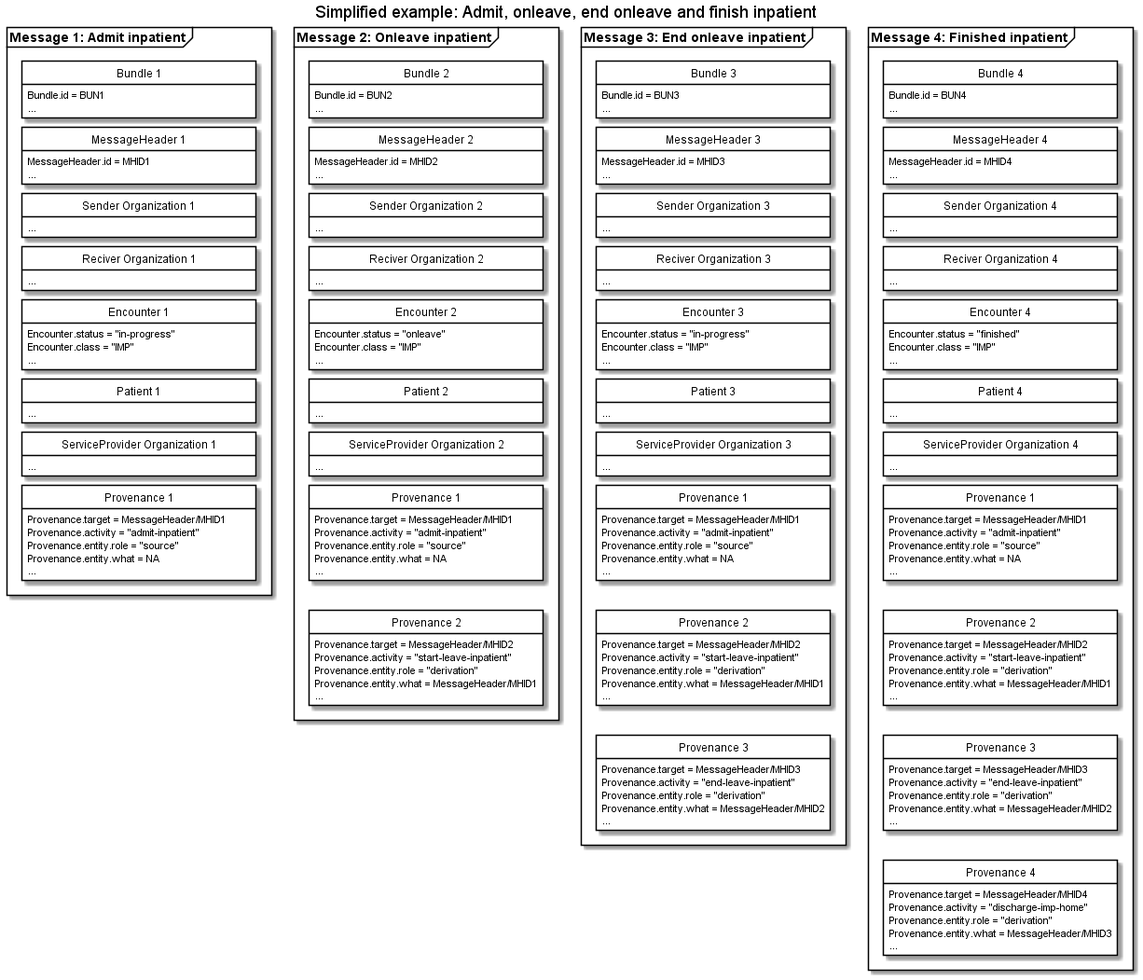
Before: input/images/hospitalnotification/HNAdmitOnleaveEndFinish.png, a diagram exported from PlantUML (medcomdk/dk-medcom). The source it was exported from:
```plantuml
@startuml HNAdmitOnleaveEndFinish

skinparam class {
    BackgroundColor White
    BorderColor Black
    ArrowColor Black
  }
hide circle
hide empty members
skinparam SameClassWidth true
skinparam Ranksep 10


title Simplified example: Admit, onleave, end onleave and finish inpatient


package "Message 1: Admit inpatient" as admit <<Frame>>{
    class "Bundle 1" as admitB {
        Bundle.id = BUN1
        ...
    }
    class "MessageHeader 1" as admitMH{
        MessageHeader.id = MHID1
        ...
    }
    class "Sender Organization 1" as admitSOrg{
        ...
    }
    class "Reciver Organization 1" as admitROrg{
        ...
    }
    class "Encounter 1" as admitENC{
        Encounter.status = "in-progress"
        Encounter.class = "IMP"
        ...
    }
    class "Patient 1" as admitPT{
        ...
    }
    class "ServiceProvider Organization 1" as admitSPOrg{
        ...
    }
    class "Provenance 1" as admitPRO{
        Provenance.target = MessageHeader/MHID1
        Provenance.activity = "admit-inpatient"
        Provenance.entity.role = "source"
        Provenance.entity.what = NA
        ...
    }

admitB -[hidden]- admitMH
admitMH -[hidden]- admitSOrg
admitSOrg-[hidden]-admitROrg
admitROrg-[hidden]-admitENC
admitENC-[hidden]-admitPT
admitPT-[hidden]-admitSPOrg
admitSPOrg-[hidden]-admitPRO



}

package "Message 2: Onleave inpatient" as Onleave <<Frame>> {
    class "Bundle 2" as onleaveB {
        Bundle.id = BUN2
        ...
    }
    class "MessageHeader 2" as onleaveMH{
        MessageHeader.id = MHID2
        ...
    }
    class "Sender Organization 2" as onleaveSOrg{
        ...
    }
    class "Reciver Organization 2" as onleaveROrg{
        ...
    }
    class "Encounter 2" as onleaveENC{
        Encounter.status = "onleave"
        Encounter.class = "IMP"
        ...
    }
    class "Patient 2" as onleavePT{
        ...
    }
    class "ServiceProvider Organization 2" as onleaveSPOrg{
        ...
    }
    class "Provenance 1" as admitonleavePRO{
        Provenance.target = MessageHeader/MHID1
        Provenance.activity = "admit-inpatient"
        Provenance.entity.role = "source"
        Provenance.entity.what = NA
        ...
    }
    class "Provenance 2" as onleavePRO{
        Provenance.target = MessageHeader/MHID2
        Provenance.activity = "start-leave-inpatient"
        Provenance.entity.role = "derivation"
        Provenance.entity.what = MessageHeader/MHID1
        ...
    }
onleaveB-[hidden]-onleaveMH
onleaveMH-[hidden]-onleaveSOrg
onleaveSOrg-[hidden]-onleaveROrg
onleaveROrg-[hidden]-onleaveENC
onleaveENC-[hidden]-onleavePT
onleavePT-[hidden]-onleaveSPOrg
onleaveSPOrg-[hidden]-admitonleavePRO
admitonleavePRO-[hidden]-onleavePRO

}

package "Message 3: End onleave inpatient" as endOnleave <<Frame>> {
    class "Bundle 3" as endOnleaveB {
        Bundle.id = BUN3
        ...
    }
    class "MessageHeader 3" as endOnleaveMH{
        MessageHeader.id = MHID3
        ...
    }
    class "Sender Organization 3" as endOnleaveSOrg{
        ...
    }
    class "Reciver Organization 3" as endOnleaveROrg{
        ...
    }
    class "Encounter 3" as endOnleaveENC{
        Encounter.status = "in-progress"
        Encounter.class = "IMP"
        ...
    }
    class "Patient 3" as endOnleavePT{
        ...
    }
    class "ServiceProvider Organization 3" as endOnleaveSPOrg{
        ...
    }
    class "Provenance 1" as admitendOnleavePRO{
        Provenance.target = MessageHeader/MHID1
        Provenance.activity = "admit-inpatient"
        Provenance.entity.role = "source"
        Provenance.entity.what = NA
        ...
    }
    class "Provenance 2" as onleaveendOnleavePRO{
        Provenance.target = MessageHeader/MHID2
        Provenance.activity = "start-leave-inpatient"
        Provenance.entity.role = "derivation"
        Provenance.entity.what = MessageHeader/MHID1
        ...
    }
    class "Provenance 3" as endOnleavePRO{
        Provenance.target = MessageHeader/MHID3
        Provenance.activity = "end-leave-inpatient"
        Provenance.entity.role = "derivation"
        Provenance.entity.what = MessageHeader/MHID2
        ...
    }
endOnleaveB-[hidden]-endOnleaveMH
endOnleaveMH-[hidden]-endOnleaveSOrg
endOnleaveSOrg-[hidden]-endOnleaveROrg
endOnleaveROrg-[hidden]-endOnleaveENC
endOnleaveENC-[hidden]-endOnleavePT
endOnleavePT-[hidden]-endOnleaveSPOrg
endOnleaveSPOrg-[hidden]-admitendOnleavePRO
admitendOnleavePRO-[hidden]-onleaveendOnleavePRO
onleaveendOnleavePRO-[hidden]-endOnleavePRO

}


package "Message 4: Finished inpatient" as finished <<Frame>> {
    class "Bundle 4" as finishedB {
        Bundle.id = BUN4
        ...
    }
    class "MessageHeader 4" as finishedMH{
        MessageHeader.id = MHID4
        ...
    }
    class "Sender Organization 4" as finishedSOrg{
        ...
    }
    class "Reciver Organization 4" as finishedROrg{
        ...
    }
    class "Encounter 4" as finishedENC{
        Encounter.status = "finished"
        Encounter.class = "IMP"
        ...
    }
    class "Patient 4" as finishedPT{
        ...
    }
    class "ServiceProvider Organization 4" as finishedSPOrg{
        ...
    }
    class "Provenance 1" as admitfinishedPRO{
        Provenance.target = MessageHeader/MHID1
        Provenance.activity = "admit-inpatient"
        Provenance.entity.role = "source"
        Provenance.entity.what = NA
        ...
    }
    class "Provenance 2" as onleavefinishedPRO{
        Provenance.target = MessageHeader/MHID2
        Provenance.activity = "start-leave-inpatient"
        Provenance.entity.role = "derivation"
        Provenance.entity.what = MessageHeader/MHID1
        ...
    }
    class "Provenance 3" as endOnleavefinishedPRO{
        Provenance.target = MessageHeader/MHID3
        Provenance.activity = "end-leave-inpatient"
        Provenance.entity.role = "derivation"
        Provenance.entity.what = MessageHeader/MHID2
        ...
    }
    class "Provenance 4" as finishedPRO{
        Provenance.target = MessageHeader/MHID4
        Provenance.activity = "discharge-imp-home"
        Provenance.entity.role = "derivation"
        Provenance.entity.what = MessageHeader/MHID3
        ...
    }
finishedB-[hidden]-finishedMH
finishedMH-[hidden]-finishedSOrg
finishedSOrg-[hidden]-finishedROrg
finishedROrg-[hidden]-finishedENC
finishedENC-[hidden]-finishedPT
finishedPT-[hidden]-finishedSPOrg
finishedSPOrg-[hidden]-admitfinishedPRO
admitfinishedPRO-[hidden]-onleavefinishedPRO
onleavefinishedPRO-[hidden]-endOnleavefinishedPRO
endOnleavefinishedPRO-[hidden]-finishedPRO

}



@enduml
```
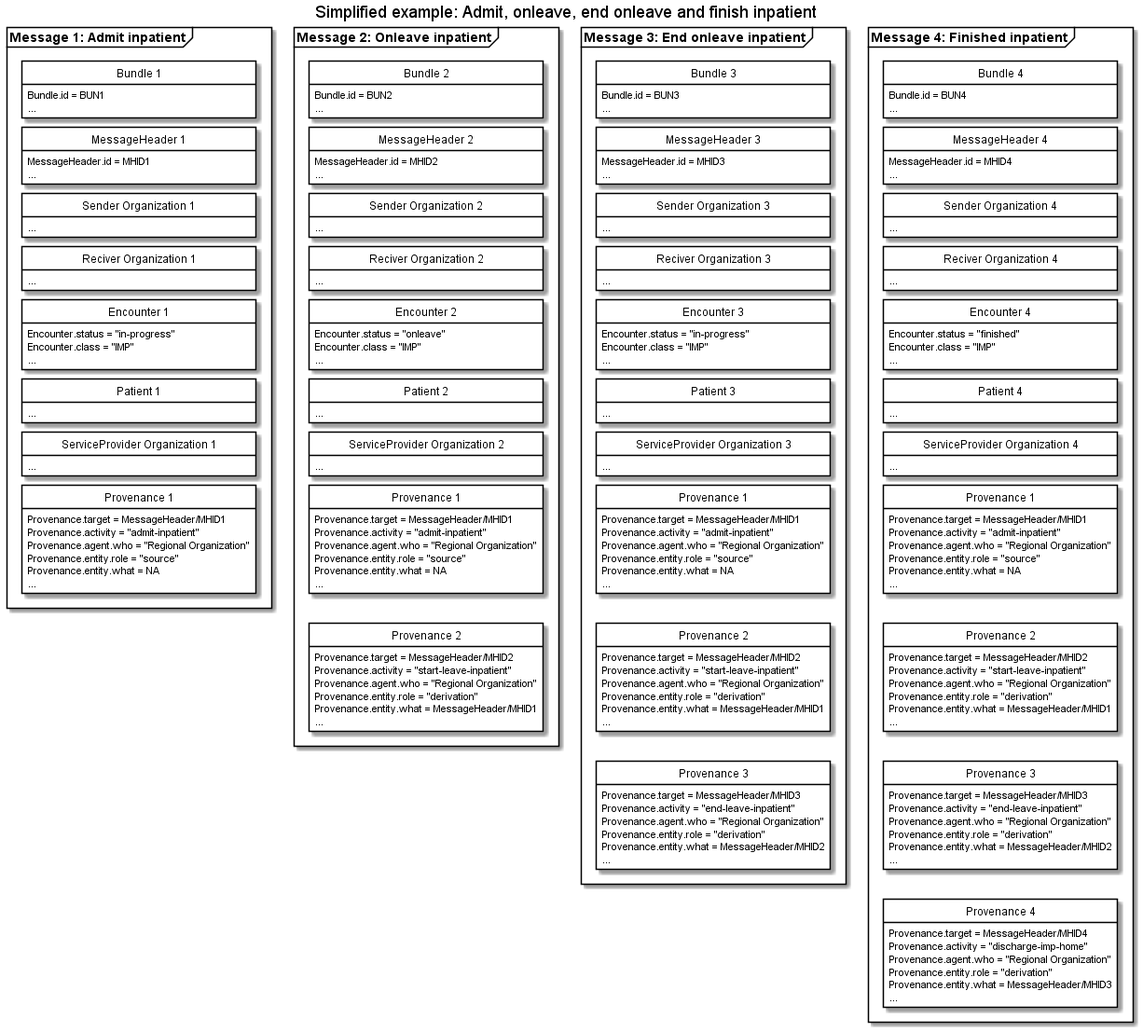
The same file after the commit.

Change to the diagram source:
```diff
@@ -43,6 +43,7 @@
     class "Provenance 1" as admitPRO{
         Provenance.target = MessageHeader/MHID1
         Provenance.activity = "admit-inpatient"
+        Provenance.agent.who = "Regional Organization"
         Provenance.entity.role = "source"
         Provenance.entity.what = NA
         ...
@@ -89,6 +90,7 @@
     class "Provenance 1" as admitonleavePRO{
         Provenance.target = MessageHeader/MHID1
         Provenance.activity = "admit-inpatient"
+        Provenance.agent.who = "Regional Organization"
         Provenance.entity.role = "source"
         Provenance.entity.what = NA
         ...
@@ -96,6 +98,7 @@
     class "Provenance 2" as onleavePRO{
         Provenance.target = MessageHeader/MHID2
         Provenance.activity = "start-leave-inpatient"
+        Provenance.agent.who = "Regional Organization"
         Provenance.entity.role = "derivation"
         Provenance.entity.what = MessageHeader/MHID1
         ...
@@ -140,6 +143,7 @@
     class "Provenance 1" as admitendOnleavePRO{
         Provenance.target = MessageHeader/MHID1
         Provenance.activity = "admit-inpatient"
+        Provenance.agent.who = "Regional Organization"
         Provenance.entity.role = "source"
         Provenance.entity.what = NA
         ...
@@ -147,6 +151,7 @@
     class "Provenance 2" as onleaveendOnleavePRO{
         Provenance.target = MessageHeader/MHID2
         Provenance.activity = "start-leave-inpatient"
+        Provenance.agent.who = "Regional Organization"
         Provenance.entity.role = "derivation"
         Provenance.entity.what = MessageHeader/MHID1
         ...
@@ -154,6 +159,7 @@
     class "Provenance 3" as endOnleavePRO{
         Provenance.target = MessageHeader/MHID3
         Provenance.activity = "end-leave-inpatient"
+        Provenance.agent.who = "Regional Organization"
         Provenance.entity.role = "derivation"
         Provenance.entity.what = MessageHeader/MHID2
         ...
@@ -200,6 +206,7 @@
     class "Provenance 1" as admitfinishedPRO{
         Provenance.target = MessageHeader/MHID1
         Provenance.activity = "admit-inpatient"
+        Provenance.agent.who = "Regional Organization"
         Provenance.entity.role = "source"
         Provenance.entity.what = NA
         ...
@@ -207,6 +214,7 @@
     class "Provenance 2" as onleavefinishedPRO{
         Provenance.target = MessageHeader/MHID2
         Provenance.activity = "start-leave-inpatient"
+        Provenance.agent.who = "Regional Organization"
         Provenance.entity.role = "derivation"
         Provenance.entity.what = MessageHeader/MHID1
         ...
@@ -214,6 +222,7 @@
     class "Provenance 3" as endOnleavefinishedPRO{
         Provenance.target = MessageHeader/MHID3
         Provenance.activity = "end-leave-inpatient"
+        Provenance.agent.who = "Regional Organization"
         Provenance.entity.role = "derivation"
         Provenance.entity.what = MessageHeader/MHID2
         ...
@@ -221,6 +230,7 @@
     class "Provenance 4" as finishedPRO{
         Provenance.target = MessageHeader/MHID4
         Provenance.activity = "discharge-imp-home"
+        Provenance.agent.who = "Regional Organization"
         Provenance.entity.role = "derivation"
         Provenance.entity.what = MessageHeader/MHID3
         ...
```
